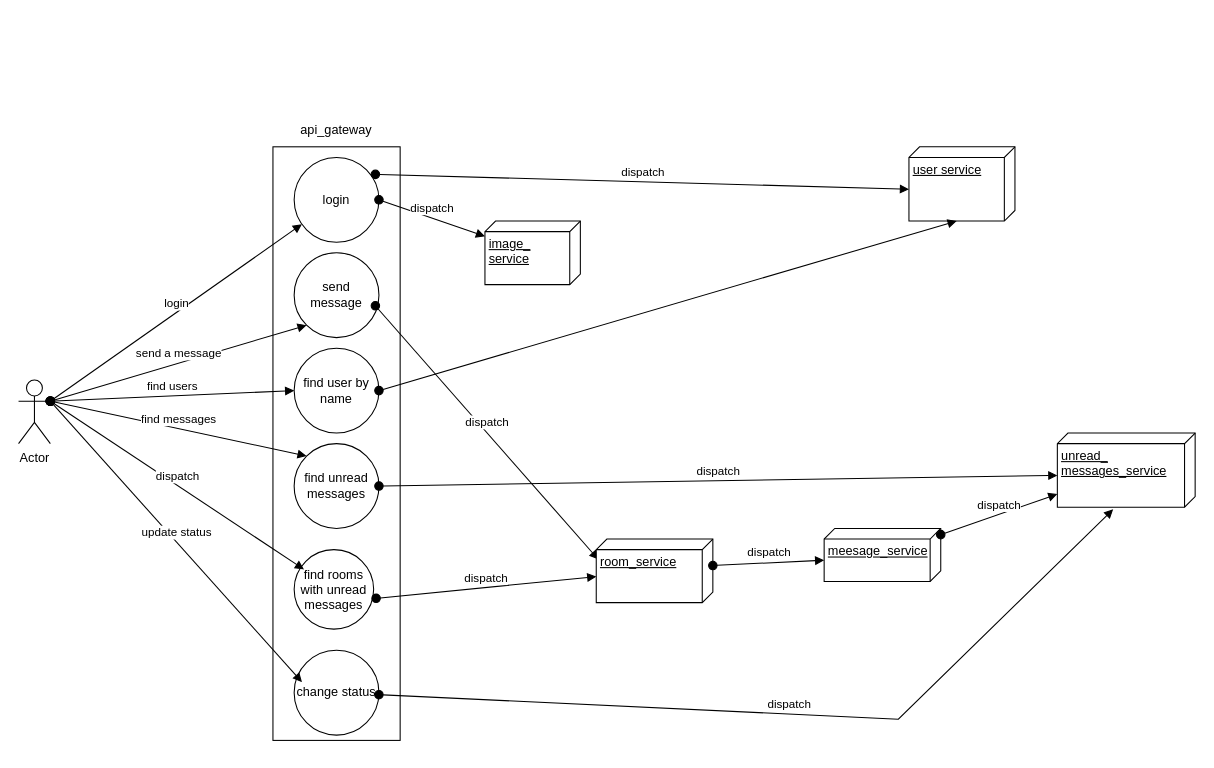
This is page "events" (1 of 3) of plan.drawio from AyushDocs/whatsapp-spring-cloud-next-clone, a draw.io file, before an edit. Source tidied: cells renumbered, new cells numbered last; positions are measured from the earlier drawing's top-left corner, leaving out a move shared by most shapes. Both pictures are drawn from the tidied source at 106%, with x=0, y=0 at pixel (18, 113).
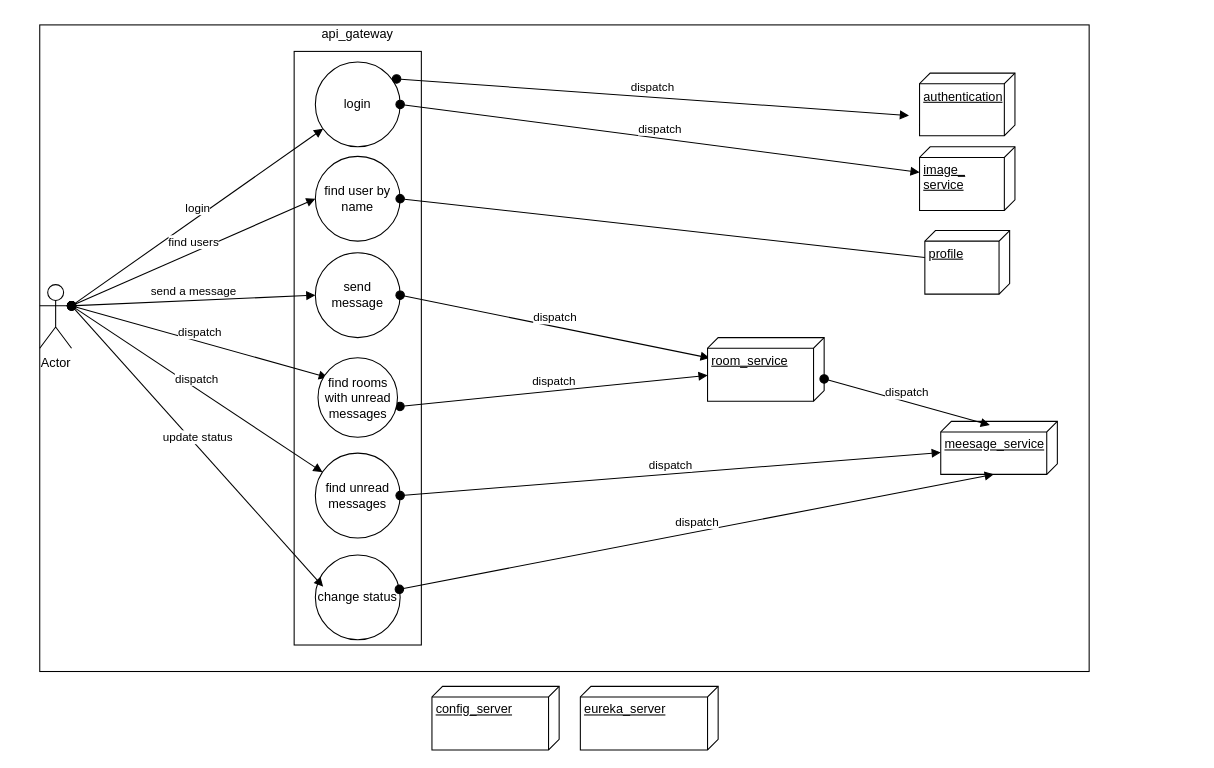
After the change.

The edit, as a diff of the source:
```diff
@@
+    <mxCell id="31" style="rounded=0;whiteSpace=wrap;html=1;" parent="1" vertex="1">
+      <mxGeometry x="20" y="-84" width="990" height="610" as="geometry" />
+    </mxCell>
     <mxCell id="2" style="rounded=0;whiteSpace=wrap;html=1;" parent="1" vertex="1">
-      <mxGeometry x="240" y="31" width="120" height="560" as="geometry" />
+      <mxGeometry x="260" y="-59" width="120" height="560" as="geometry" />
     </mxCell>
     <mxCell id="3" value="login" style="ellipse;whiteSpace=wrap;html=1;" parent="1" vertex="1">
-      <mxGeometry x="260" y="41" width="80" height="80" as="geometry" />
+      <mxGeometry x="280" y="-49" width="80" height="80" as="geometry" />
     </mxCell>
     <mxCell id="4" value="Actor" style="shape=umlActor;verticalLabelPosition=bottom;verticalAlign=top;html=1;" parent="1" vertex="1">
-      <mxGeometry y="251" width="30" height="60" as="geometry" />
+      <mxGeometry x="20" y="161" width="30" height="60" as="geometry" />
     </mxCell>
     <mxCell id="5" value="send message" style="ellipse;whiteSpace=wrap;html=1;" parent="1" vertex="1">
-      <mxGeometry x="260" y="131" width="80" height="80" as="geometry" />
+      <mxGeometry x="280" y="131" width="80" height="80" as="geometry" />
     </mxCell>
     <mxCell id="6" value="find user by name" style="ellipse;whiteSpace=wrap;html=1;" parent="1" vertex="1">
-      <mxGeometry x="260" y="221" width="80" height="80" as="geometry" />
+      <mxGeometry x="280" y="40" width="80" height="80" as="geometry" />
     </mxCell>
     <mxCell id="7" value="find unread messages" style="ellipse;whiteSpace=wrap;html=1;" parent="1" vertex="1">
-      <mxGeometry x="260" y="311" width="80" height="80" as="geometry" />
+      <mxGeometry x="280" y="320" width="80" height="80" as="geometry" />
     </mxCell>
     <mxCell id="8" value="change status" style="ellipse;whiteSpace=wrap;html=1;" parent="1" vertex="1">
-      <mxGeometry x="260" y="506" width="80" height="80" as="geometry" />
+      <mxGeometry x="280" y="416" width="80" height="80" as="geometry" />
     </mxCell>
@@
-    <mxCell id="12" value="send a message" style="html=1;verticalAlign=bottom;startArrow=oval;startFill=1;endArrow=block;startSize=8;rounded=0;entryX=0;entryY=1;entryDx=0;entryDy=0;exitX=1;exitY=0.3333333333333333;exitDx=0;exitDy=0;exitPerimeter=0;" parent="1" edge="1" source="4" target="5">
+    <mxCell id="12" value="send a message" style="html=1;verticalAlign=bottom;startArrow=oval;startFill=1;endArrow=block;startSize=8;rounded=0;entryX=0;entryY=0.5;entryDx=0;entryDy=0;exitX=1;exitY=0.3333333333333333;exitDx=0;exitDy=0;exitPerimeter=0;" parent="1" edge="1" source="4" target="5">
       <mxGeometry relative="1" as="geometry" />
     </mxCell>
-    <mxCell id="13" value="find messages" style="html=1;verticalAlign=bottom;startArrow=oval;startFill=1;endArrow=block;startSize=8;rounded=0;exitX=1;exitY=0.3333333333333333;exitDx=0;exitDy=0;exitPerimeter=0;entryX=0;entryY=0;entryDx=0;entryDy=0;" parent="1" edge="1" source="4" target="7">
-      <mxGeometry relative="1" as="geometry" />
-    </mxCell>
-    <mxCell id="14" value="user service" style="verticalAlign=top;align=left;spacingTop=8;spacingLeft=2;spacingRight=12;shape=cube;size=10;direction=south;fontStyle=4;html=1;" parent="1" vertex="1">
-      <mxGeometry x="840" y="31" width="100" height="70" as="geometry" />
+    <mxCell id="14" value="authentication" style="verticalAlign=top;align=left;spacingTop=8;spacingLeft=2;spacingRight=12;shape=cube;size=10;direction=south;fontStyle=4;html=1;" parent="1" vertex="1">
+      <mxGeometry x="850" y="-38.5" width="90" height="59" as="geometry" />
     </mxCell>
@@
     <mxCell id="16" value="meesage_service" style="verticalAlign=top;align=left;spacingTop=8;spacingLeft=2;spacingRight=12;shape=cube;size=10;direction=south;fontStyle=4;html=1;" parent="1" vertex="1">
-      <mxGeometry x="760" y="391" width="110" height="50" as="geometry" />
+      <mxGeometry x="870" y="290" width="110" height="50" as="geometry" />
     </mxCell>
-    <mxCell id="17" value="dispatch" style="html=1;verticalAlign=bottom;startArrow=oval;startFill=1;endArrow=block;startSize=8;rounded=0;exitX=0.958;exitY=0.625;exitDx=0;exitDy=0;exitPerimeter=0;entryX=0.322;entryY=0.982;entryDx=0;entryDy=0;entryPerimeter=0;" parent="1" edge="1" source="5" target="24">
+    <mxCell id="17" value="dispatch" style="html=1;verticalAlign=bottom;startArrow=oval;startFill=1;endArrow=block;startSize=8;rounded=0;exitX=1;exitY=0.5;exitDx=0;exitDy=0;entryX=0.322;entryY=0.982;entryDx=0;entryDy=0;entryPerimeter=0;" parent="1" edge="1" source="5" target="24">
       <mxGeometry relative="1" as="geometry" />
     </mxCell>
-    <mxCell id="18" style="html=1;verticalAlign=bottom;startArrow=oval;startFill=1;endArrow=block;startSize=8;rounded=0;entryX=0;entryY=0;entryDx=70;entryDy=55;entryPerimeter=0;" parent="1" edge="1" target="14">
-      <mxGeometry relative="1" as="geometry">
-        <mxPoint x="340" y="261" as="sourcePoint" />
-      </mxGeometry>
-    </mxCell>
-    <mxCell id="19" value="unread_&lt;br&gt;messages_service" style="verticalAlign=top;align=left;spacingTop=8;spacingLeft=2;spacingRight=12;shape=cube;size=10;direction=south;fontStyle=4;html=1;" parent="1" vertex="1">
-      <mxGeometry x="980" y="301" width="130" height="70" as="geometry" />
-    </mxCell>
-    <mxCell id="20" value="dispatch" style="html=1;verticalAlign=bottom;startArrow=oval;startFill=1;endArrow=block;startSize=8;rounded=0;exitX=1;exitY=0.5;exitDx=0;exitDy=0;entryX=0;entryY=0;entryDx=40;entryDy=130;entryPerimeter=0;" parent="1" edge="1" source="7" target="19">
+    <mxCell id="20" value="dispatch" style="html=1;verticalAlign=bottom;startArrow=oval;startFill=1;endArrow=block;startSize=8;rounded=0;exitX=1;exitY=0.5;exitDx=0;exitDy=0;" parent="1" edge="1" source="7" target="16">
       <mxGeometry relative="1" as="geometry" />
     </mxCell>
-    <mxCell id="21" value="dispatch" style="html=1;verticalAlign=bottom;startArrow=oval;startFill=1;endArrow=block;startSize=8;rounded=0;" parent="1" edge="1" source="16" target="19">
-      <mxGeometry relative="1" as="geometry" />
-    </mxCell>
-    <mxCell id="22" value="find rooms with unread messages" style="ellipse;whiteSpace=wrap;html=1;" parent="1" vertex="1">
-      <mxGeometry x="260" y="411" width="75" height="75" as="geometry" />
-    </mxCell>
@@
     <mxCell id="24" value="room_service" style="verticalAlign=top;align=left;spacingTop=8;spacingLeft=2;spacingRight=12;shape=cube;size=10;direction=south;fontStyle=4;html=1;" parent="1" vertex="1">
-      <mxGeometry x="545" y="401" width="110" height="60" as="geometry" />
+      <mxGeometry x="650" y="211" width="110" height="60" as="geometry" />
     </mxCell>
@@
-    <mxCell id="26" value="dispatch" style="html=1;verticalAlign=bottom;startArrow=oval;startFill=1;endArrow=block;startSize=8;rounded=0;exitX=0;exitY=0;exitDx=25;exitDy=0;exitPerimeter=0;entryX=0;entryY=0;entryDx=30;entryDy=110;entryPerimeter=0;" parent="1" edge="1" source="24" target="16">
-      <mxGeometry relative="1" as="geometry" />
+    <mxCell id="26" value="dispatch" style="html=1;verticalAlign=bottom;startArrow=oval;startFill=1;endArrow=block;startSize=8;rounded=0;entryX=0.069;entryY=0.579;entryDx=0;entryDy=0;entryPerimeter=0;" parent="1" edge="1" target="16">
+      <mxGeometry relative="1" as="geometry">
+        <mxPoint x="760" y="250" as="sourcePoint" />
+      </mxGeometry>
     </mxCell>
-    <mxCell id="27" value="dispatch" style="html=1;verticalAlign=bottom;startArrow=oval;startFill=1;endArrow=block;startSize=8;rounded=0;entryX=1.029;entryY=0.595;entryDx=0;entryDy=0;entryPerimeter=0;" parent="1" edge="1" source="8" target="19">
-      <mxGeometry relative="1" as="geometry">
-        <Array as="points">
-          <mxPoint x="830" y="571" />
-        </Array>
-      </mxGeometry>
+    <mxCell id="27" value="dispatch" style="html=1;verticalAlign=bottom;startArrow=oval;startFill=1;endArrow=block;startSize=8;rounded=0;entryX=0;entryY=0;entryDx=50;entryDy=60;entryPerimeter=0;" parent="1" edge="1" source="8" target="16">
+      <mxGeometry relative="1" as="geometry" />
     </mxCell>
     <mxCell id="28" value="api_gateway" style="text;html=1;strokeColor=none;fillColor=none;align=center;verticalAlign=middle;whiteSpace=wrap;rounded=0;" parent="1" vertex="1">
-      <mxGeometry x="240" width="120" height="30" as="geometry" />
+      <mxGeometry x="260" y="-90" width="120" height="30" as="geometry" />
     </mxCell>
     <mxCell id="29" value="image_&lt;br&gt;service" style="verticalAlign=top;align=left;spacingTop=8;spacingLeft=2;spacingRight=12;shape=cube;size=10;direction=south;fontStyle=4;html=1;" parent="1" vertex="1">
-      <mxGeometry x="440" y="101" width="90" height="60" as="geometry" />
+      <mxGeometry x="850" y="31" width="90" height="60" as="geometry" />
     </mxCell>
@@
+    <mxCell id="32" value="profile" style="verticalAlign=top;align=left;spacingTop=8;spacingLeft=2;spacingRight=12;shape=cube;size=10;direction=south;fontStyle=4;html=1;" parent="1" vertex="1">
+      <mxGeometry x="855" y="110" width="80" height="60" as="geometry" />
+    </mxCell>
+    <mxCell id="33" style="html=1;verticalAlign=bottom;startArrow=oval;startFill=1;endArrow=none;startSize=8;rounded=0;exitX=1;exitY=0.5;exitDx=0;exitDy=0;" parent="1" edge="1" source="6" target="32">
+      <mxGeometry relative="1" as="geometry">
+        <Array as="points">
+          <mxPoint x="540" y="100" />
+        </Array>
+      </mxGeometry>
+    </mxCell>
+    <mxCell id="22" value="find rooms with unread messages" style="ellipse;whiteSpace=wrap;html=1;" parent="1" vertex="1">
+      <mxGeometry x="282.5" y="230" width="75" height="75" as="geometry" />
+    </mxCell>
+    <mxCell id="21" value="dispatch" style="html=1;verticalAlign=bottom;startArrow=oval;startFill=1;endArrow=block;startSize=8;exitX=1;exitY=0.3333333333333333;exitDx=0;exitDy=0;exitPerimeter=0;" parent="1" edge="1" source="4" target="7">
+      <mxGeometry relative="1" as="geometry" />
+    </mxCell>
+    <mxCell id="34" value="config_server" style="verticalAlign=top;align=left;spacingTop=8;spacingLeft=2;spacingRight=12;shape=cube;size=10;direction=south;fontStyle=4;html=1;" parent="1" vertex="1">
+      <mxGeometry x="390" y="540" width="120" height="60" as="geometry" />
+    </mxCell>
+    <mxCell id="35" value="eureka_server" style="verticalAlign=top;align=left;spacingTop=8;spacingLeft=2;spacingRight=12;shape=cube;size=10;direction=south;fontStyle=4;html=1;" parent="1" vertex="1">
+      <mxGeometry x="530" y="540" width="130" height="60" as="geometry" />
+    </mxCell>
```
